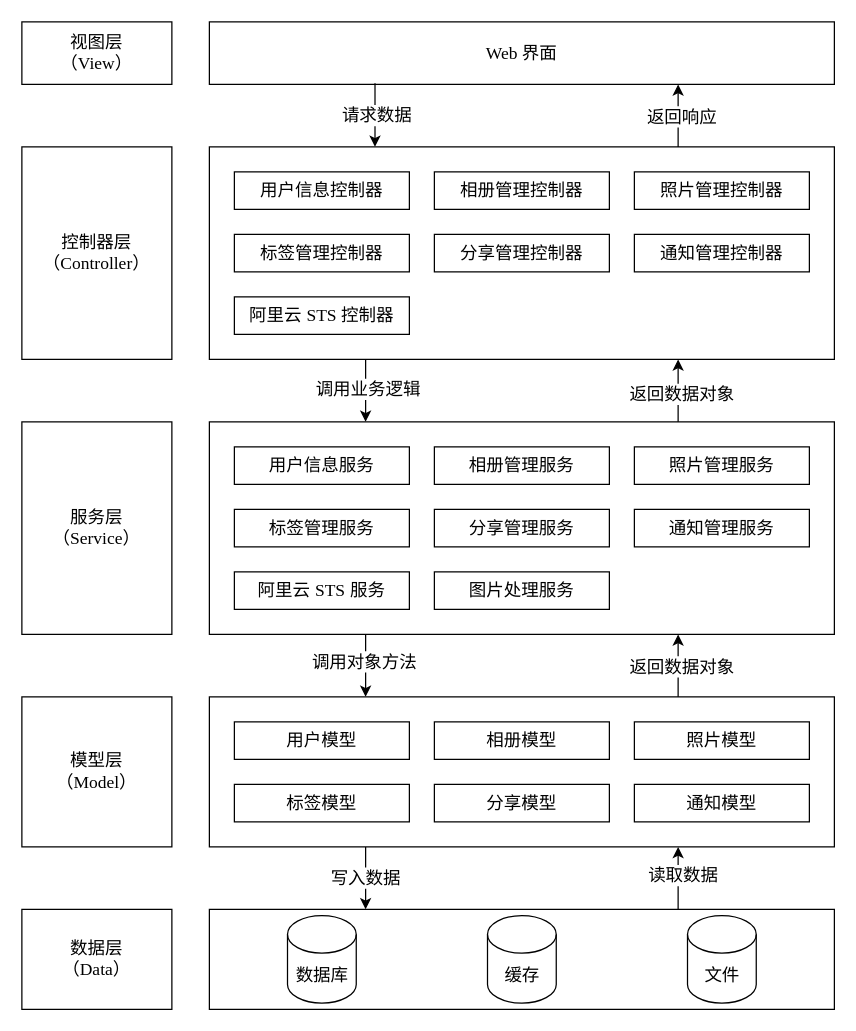
Earlier version of the draw.io diagram public/Untitled Diagram.drawio (3fuyang/3fuyang.github.io). Source tidied: cells renumbered, new cells numbered last; positions are measured from the earlier drawing's top-left corner, leaving out a move shared by most shapes. Both pictures are drawn from the tidied source at 125%, with x=0, y=0 at pixel (21, 21).
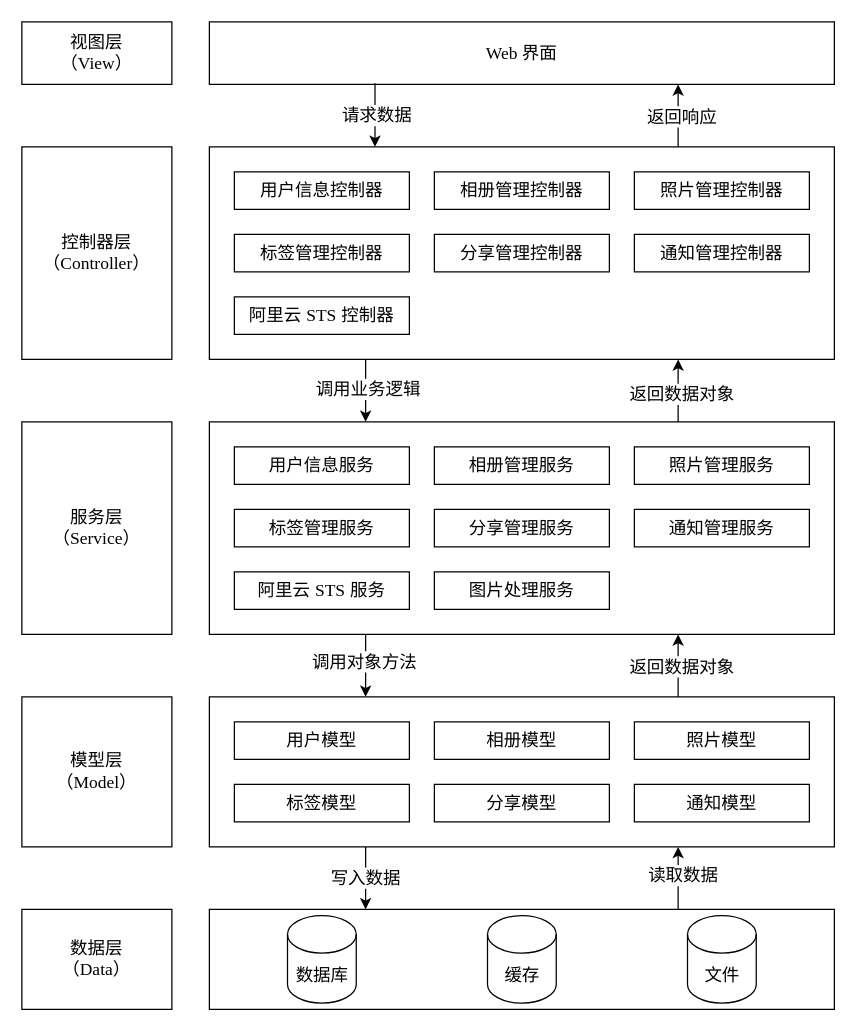
The same diagram, later.

The edit, as a diff of the source:
```diff
@@
-    <mxCell id="48" value="&lt;font style=&quot;border-color: var(--border-color); font-size: 14px;&quot; face=&quot;宋体&quot;&gt;阿里云&amp;nbsp;&lt;/font&gt;&lt;font style=&quot;border-color: var(--border-color); font-size: 14px;&quot; face=&quot;Times New Roman&quot;&gt;STS&amp;nbsp;&lt;/font&gt;&lt;font style=&quot;border-color: var(--border-color); font-size: 14px;&quot; face=&quot;宋体&quot;&gt;控制器&lt;/font&gt;" style="rounded=0;whiteSpace=wrap;html=1;" parent="1" vertex="1">
+    <mxCell id="48" value="&lt;font style=&quot;border-color: var(--border-color); font-size: 14px;&quot; face=&quot;宋体&quot;&gt;阿里云&amp;nbsp;&lt;/font&gt;&lt;font style=&quot;border-color: var(--border-color); font-size: 14px;&quot; face=&quot;Times New Roman&quot;&gt;STS&lt;/font&gt;&lt;font style=&quot;border-color: var(--border-color); font-size: 14px;&quot; face=&quot;宋体&quot;&gt;&amp;nbsp;控制器&lt;/font&gt;" style="rounded=0;whiteSpace=wrap;html=1;" parent="1" vertex="1">
       <mxGeometry x="170" y="220" width="140" height="30" as="geometry" />
     </mxCell>
```
